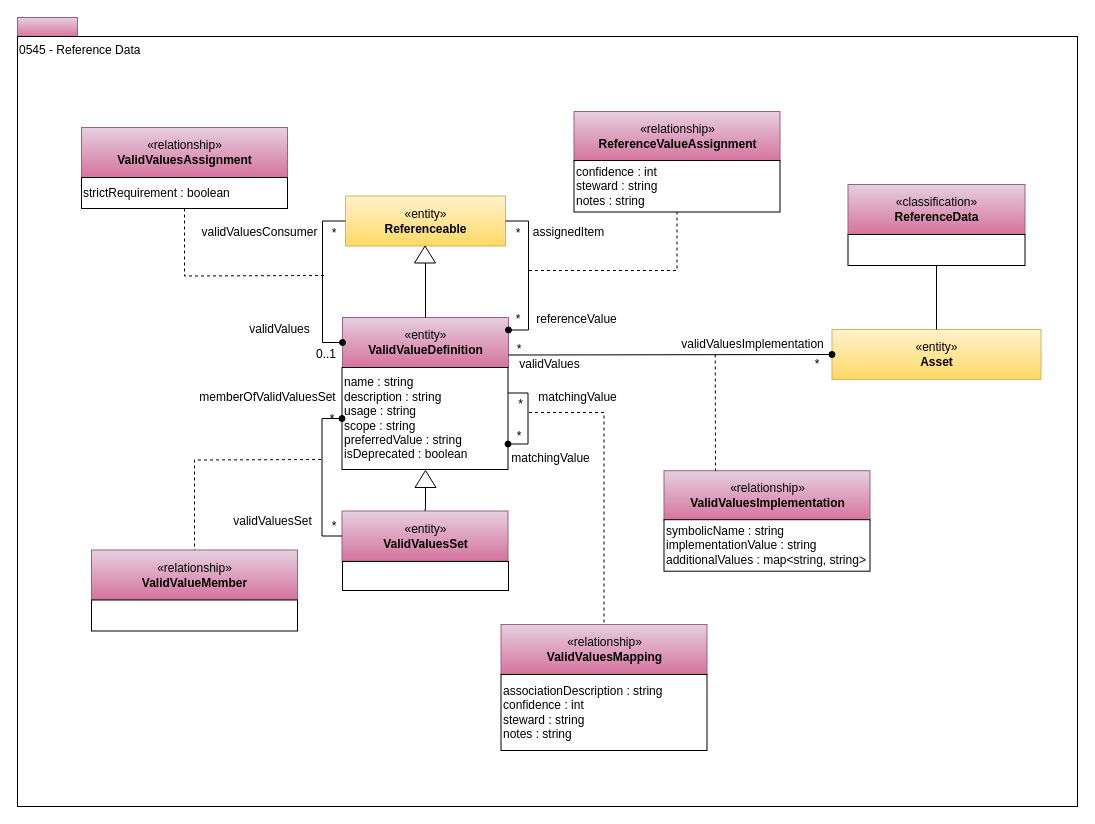
Above: page "0545-Reference-Data" (20 of 28) of site/docs/types/5/area-5-models-and-schema.drawio in odpi/egeria-docs (draw.io), before the change. Source tidied: cells renumbered, new cells numbered last; positions are measured from the earlier drawing's top-left corner, leaving out a move shared by most shapes. Both pictures are drawn from the tidied source at 100%, with x=0, y=0 at pixel (17, 17).
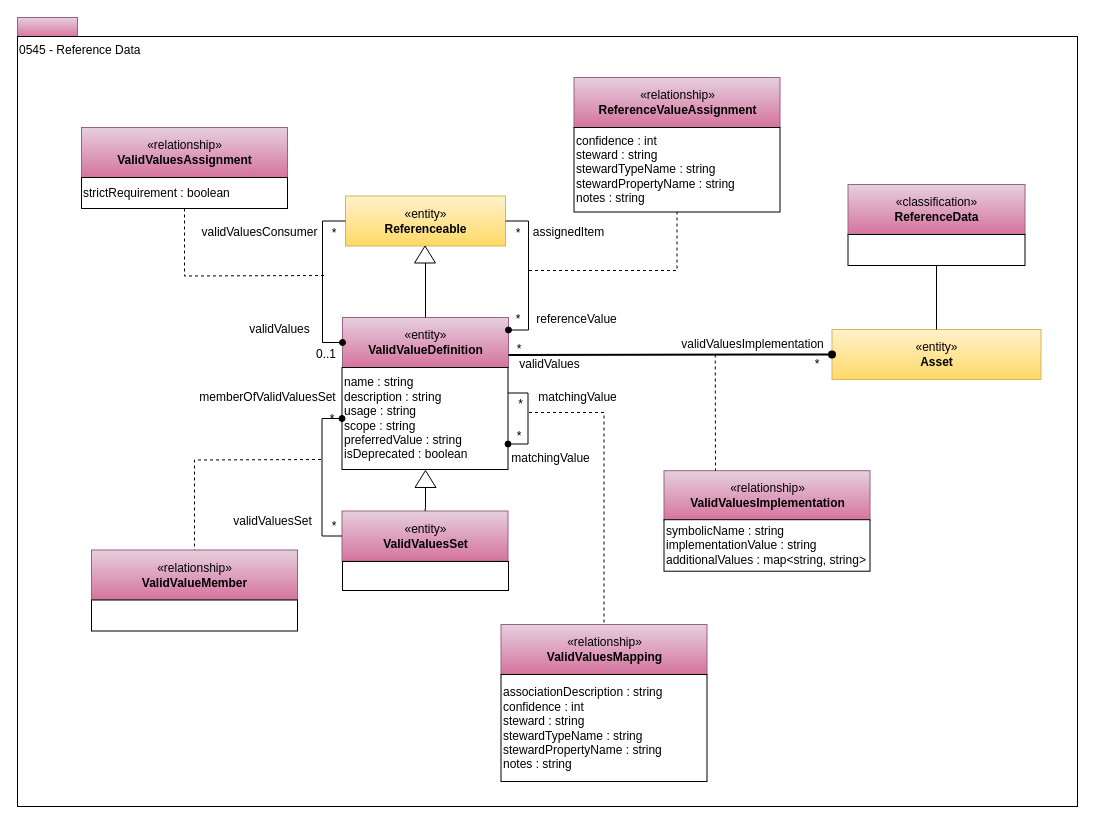
Above is the later version.

The change refers to these unchanged cells:
```xml
<mxCell id="4" value="«entity»&lt;br&gt;&lt;b&gt;ValidValueDefinition&lt;/b&gt;" style="html=1;strokeColor=#996185;align=center;fillColor=#e6d0de;gradientColor=#d5739d;" parent="1" vertex="1">
  <mxGeometry x="325" y="300" width="166" height="50" as="geometry" />
</mxCell>
<mxCell id="9" value="«entity»&lt;br&gt;&lt;b&gt;Asset&lt;/b&gt;" style="html=1;strokeColor=#d6b656;align=center;fillColor=#fff2cc;gradientColor=#ffd966;" parent="1" vertex="1">
  <mxGeometry x="814.5" y="312" width="209" height="50" as="geometry" />
</mxCell>
```

What changed in the source:
```diff
@@
-    <mxCell id="43" value="&lt;div style=&quot;white-space: normal&quot;&gt;&lt;span&gt;associationDescription : string&lt;/span&gt;&lt;/div&gt;&lt;div style=&quot;white-space: normal&quot;&gt;&lt;span&gt;confidence : int&lt;/span&gt;&lt;br&gt;&lt;/div&gt;&lt;div style=&quot;white-space: normal&quot;&gt;steward : string&lt;/div&gt;&lt;div style=&quot;white-space: normal&quot;&gt;notes : string&lt;/div&gt;" style="rounded=0;whiteSpace=wrap;html=1;strokeColor=#000000;gradientColor=#ffffff;align=left;" parent="1" vertex="1">
-      <mxGeometry x="483.5" y="657" width="206" height="76" as="geometry" />
+    <mxCell id="43" value="&lt;div style=&quot;white-space: normal&quot;&gt;&lt;span&gt;associationDescription : string&lt;/span&gt;&lt;/div&gt;&lt;div style=&quot;white-space: normal&quot;&gt;&lt;span&gt;confidence : int&lt;/span&gt;&lt;br&gt;&lt;/div&gt;&lt;div style=&quot;white-space: normal&quot;&gt;steward : string&lt;/div&gt;&lt;div style=&quot;white-space: normal&quot;&gt;stewardTypeName : string&lt;/div&gt;&lt;div style=&quot;white-space: normal&quot;&gt;stewardPropertyName : string&lt;/div&gt;&lt;div style=&quot;white-space: normal&quot;&gt;notes : string&lt;/div&gt;" style="rounded=0;whiteSpace=wrap;html=1;strokeColor=#000000;gradientColor=#ffffff;align=left;" parent="1" vertex="1">
+      <mxGeometry x="483.5" y="657" width="206" height="107" as="geometry" />
     </mxCell>
@@
     <mxCell id="48" value="«relationship»&lt;br&gt;&lt;b&gt;ReferenceValueAssignment&lt;/b&gt;" style="html=1;strokeColor=#996185;align=center;fillColor=#e6d0de;gradientColor=#d5739d;" parent="1" vertex="1">
-      <mxGeometry x="556.5" y="94" width="206" height="50" as="geometry" />
+      <mxGeometry x="556.5" y="60" width="206" height="50" as="geometry" />
     </mxCell>
@@
-    <mxCell id="50" value="&lt;div&gt;confidence : int&lt;br&gt;&lt;/div&gt;&lt;div&gt;steward : string&lt;/div&gt;&lt;div&gt;notes : string&lt;/div&gt;" style="rounded=0;whiteSpace=wrap;html=1;strokeColor=#000000;gradientColor=#ffffff;align=left;" parent="1" vertex="1">
-      <mxGeometry x="556.5" y="143" width="206" height="51.5" as="geometry" />
+    <mxCell id="50" value="&lt;div&gt;confidence : int&lt;br&gt;&lt;/div&gt;&lt;div&gt;steward : string&lt;/div&gt;&lt;div&gt;&lt;div&gt;stewardTypeName : string&lt;/div&gt;&lt;div&gt;stewardPropertyName : string&lt;/div&gt;&lt;/div&gt;&lt;div&gt;notes : string&lt;/div&gt;" style="rounded=0;whiteSpace=wrap;html=1;strokeColor=#000000;gradientColor=#ffffff;align=left;" parent="1" vertex="1">
+      <mxGeometry x="556.5" y="110" width="206" height="84.5" as="geometry" />
     </mxCell>
@@
-    <mxCell id="55" style="endArrow=none;html=1;entryX=1;entryY=0.75;exitX=0;exitY=0.5;entryDx=0;entryDy=0;endFill=0;startArrow=oval;startFill=1;" parent="1" edge="1" source="9" target="4">
+    <mxCell id="55" style="endArrow=none;html=1;entryX=1;entryY=0.75;exitX=0;exitY=0.5;entryDx=0;entryDy=0;endFill=0;startArrow=oval;startFill=1;strokeWidth=2;" parent="1" edge="1" source="9" target="4">
       <mxGeometry relative="1" as="geometry" />
     </mxCell>
```
